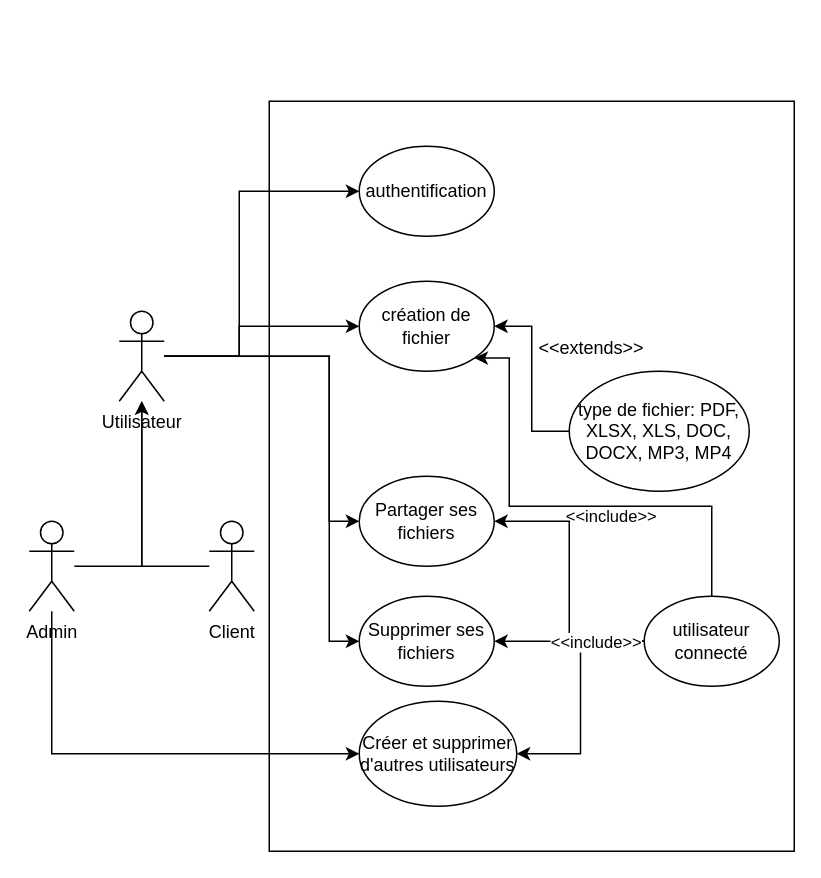
Earlier version of the draw.io diagram Diagramme/Diagramme Cas d'utilisation.drawio (BaptisteMathon/UML_SpringBoot_Project). Source tidied: cells renumbered, new cells numbered last; positions are measured from the earlier drawing's top-left corner, leaving out a move shared by most shapes. Both pictures are drawn from the tidied source at 150%, with x=0, y=0 at pixel (28, 100).
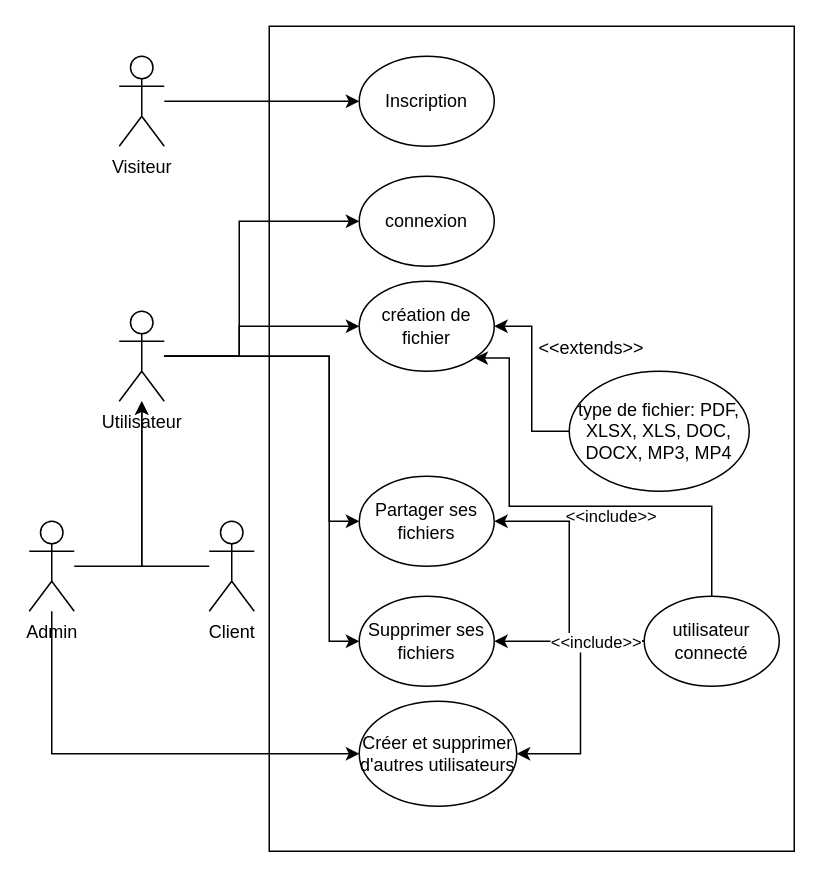
The same page after the edit.

Commit message:
modification diagramme

Unchanged cells that the change refers to:
```xml
<mxCell id="7" value="Utilisateur" style="shape=umlActor;verticalLabelPosition=bottom;verticalAlign=top;html=1;outlineConnect=0;" parent="1" vertex="1">
  <mxGeometry x="60" y="140" width="30" height="60" as="geometry" />
</mxCell>
```

Diff of the diagram source:
```diff
@@
     <mxCell id="2" style="rounded=0;whiteSpace=wrap;html=1;" parent="1" vertex="1">
-      <mxGeometry x="160" width="350" height="500" as="geometry" />
+      <mxGeometry x="160" y="-50" width="350" height="550" as="geometry" />
     </mxCell>
@@
     <mxCell id="6" style="edgeStyle=orthogonalEdgeStyle;rounded=0;jettySize=auto;html=1;entryX=0;entryY=0.5;entryDx=0;entryDy=0;" parent="1" edge="1" source="7" target="27">
       <mxGeometry relative="1" as="geometry">
         <Array as="points">
           <mxPoint x="140" y="170" />
-          <mxPoint x="140" y="60" />
+          <mxPoint x="140" y="80" />
         </Array>
       </mxGeometry>
     </mxCell>
@@
-    <mxCell id="27" value="authentification" style="ellipse;whiteSpace=wrap;html=1;" parent="1" vertex="1">
-      <mxGeometry x="220" y="30" width="90" height="60" as="geometry" />
+    <mxCell id="27" value="connexion" style="ellipse;whiteSpace=wrap;html=1;" parent="1" vertex="1">
+      <mxGeometry x="220" y="50" width="90" height="60" as="geometry" />
     </mxCell>
+    <mxCell id="28" style="edgeStyle=orthogonalEdgeStyle;rounded=0;jettySize=auto;html=1;entryX=0;entryY=0.5;entryDx=0;entryDy=0;" parent="1" edge="1" source="29" target="30">
+      <mxGeometry relative="1" as="geometry" />
+    </mxCell>
+    <mxCell id="29" value="Visiteur" style="shape=umlActor;verticalLabelPosition=bottom;verticalAlign=top;html=1;outlineConnect=0;" parent="1" vertex="1">
+      <mxGeometry x="60" y="-30" width="30" height="60" as="geometry" />
+    </mxCell>
+    <mxCell id="30" value="Inscription" style="ellipse;whiteSpace=wrap;html=1;" parent="1" vertex="1">
+      <mxGeometry x="220" y="-30" width="90" height="60" as="geometry" />
+    </mxCell>
```
